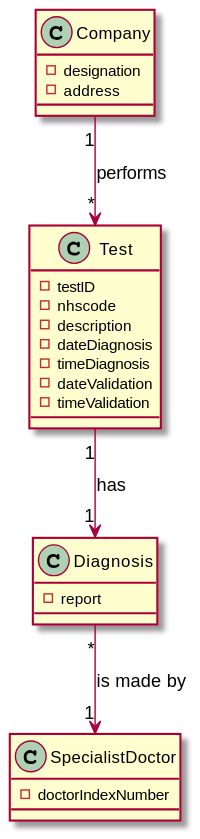
Before: docs/SprintC/US14/US14_DM.svg, a diagram exported from PlantUML (jsmarques98/LAPR2-ISEP).
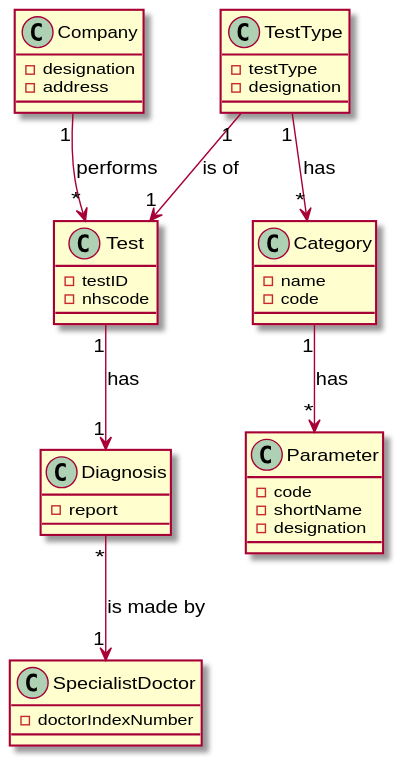
Later version of the same file.

Change to the diagram source:
```diff
@@ -9,11 +9,23 @@
 class Test {
 - testID
 - nhscode
-- description
-- dateDiagnosis
-- timeDiagnosis
-- dateValidation
-- timeValidation
+}
+
+class TestType {
+- testType
+- designation
+}
+
+class Category {
+- name
+- code
+}
+
+class Parameter{
+- code
+- shortName
+- designation
+
 }
 
 class Diagnosis {
@@ -27,7 +39,7 @@
 Company "1" --> "*" Test : performs
 Test "1" --> "1" Diagnosis : has
 Diagnosis "*" --> "1" SpecialistDoctor : is made by
-
-
-
+TestType "1" --> "1" Test : is of
+TestType "1" --> "*" Category : has
+Category "1" --> "*" Parameter : has
 @enduml
```
